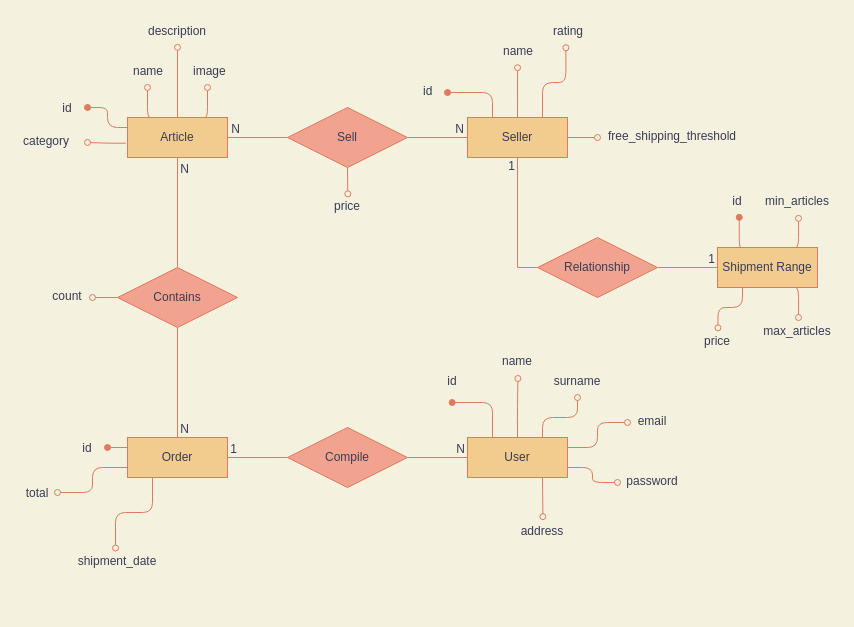
The draw.io diagram Documents/ER.drawio in MirkoAndena/ECommerce, before the edit. Source tidied: cells renumbered, new cells numbered last; positions are measured from the earlier drawing's top-left corner, leaving out a move shared by most shapes. Both pictures are drawn from the tidied source at 100%, with x=0, y=0 at pixel (17, 17).
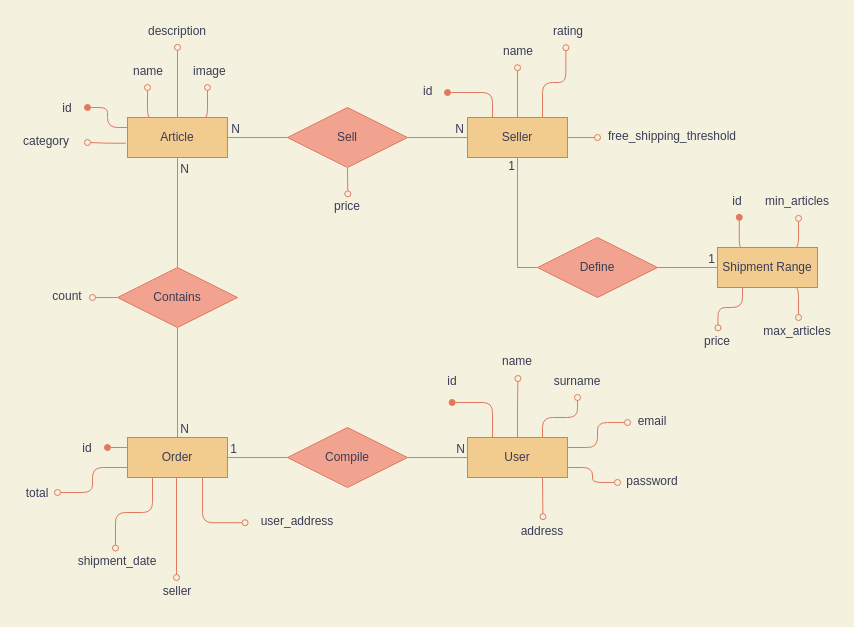
After the change.

Commit message:
Modifiche diagramma ER

The change refers to these unchanged cells:
```xml
<mxCell id="32" value="Order" style="whiteSpace=wrap;html=1;align=center;fillColor=#F2CC8F;strokeColor=#E07A5F;fontColor=#393C56;" parent="1" vertex="1">
  <mxGeometry x="110" y="420" width="100" height="40" as="geometry" />
</mxCell>
```

The edit, as a diff of the source:
```diff
@@
-    <mxCell id="70" value="Relationship" style="shape=rhombus;perimeter=rhombusPerimeter;whiteSpace=wrap;html=1;align=center;strokeColor=#E07A5F;fontColor=#393C56;fillColor=#F2A38F;" parent="1" vertex="1">
+    <mxCell id="70" value="Define" style="shape=rhombus;perimeter=rhombusPerimeter;whiteSpace=wrap;html=1;align=center;strokeColor=#E07A5F;fontColor=#393C56;fillColor=#F2A38F;" parent="1" vertex="1">
       <mxGeometry x="520" y="220" width="120" height="60" as="geometry" />
     </mxCell>
@@
+    <mxCell id="76" value="seller" style="text;strokeColor=none;fillColor=none;spacingLeft=4;spacingRight=4;overflow=hidden;fontSize=12;align=center;html=0;fontColor=#393C56;" parent="1" vertex="1">
+      <mxGeometry x="110" y="560" width="100" height="30" as="geometry" />
+    </mxCell>
+    <mxCell id="77" value="user_address&#10;" style="text;strokeColor=none;fillColor=none;spacingLeft=4;spacingRight=4;overflow=hidden;points=[[0,0.5],[1,0.5]];portConstraint=eastwest;fontSize=12;align=center;html=0;fontColor=#393C56;" parent="1" vertex="1">
+      <mxGeometry x="230" y="490" width="100" height="30" as="geometry" />
+    </mxCell>
+    <mxCell id="78" style="edgeStyle=orthogonalEdgeStyle;orthogonalLoop=1;jettySize=auto;html=1;startFill=1;endArrow=oval;endFill=0;fontSize=11;labelBackgroundColor=#F4F1DE;strokeColor=#E07A5F;fontColor=#393C56;" parent="1" edge="1">
+      <mxGeometry relative="1" as="geometry">
+        <mxPoint x="159" y="460" as="sourcePoint" />
+        <mxPoint x="159" y="560" as="targetPoint" />
+      </mxGeometry>
+    </mxCell>
+    <mxCell id="79" style="edgeStyle=orthogonalEdgeStyle;jettySize=auto;html=1;exitX=0.75;exitY=1;exitDx=0;exitDy=0;startFill=1;endArrow=oval;endFill=0;fontSize=11;entryX=-0.024;entryY=0.507;entryDx=0;entryDy=0;entryPerimeter=0;labelBackgroundColor=#F4F1DE;strokeColor=#E07A5F;fontColor=#393C56;" parent="1" edge="1" source="32" target="77">
+      <mxGeometry relative="1" as="geometry" />
+    </mxCell>
```
